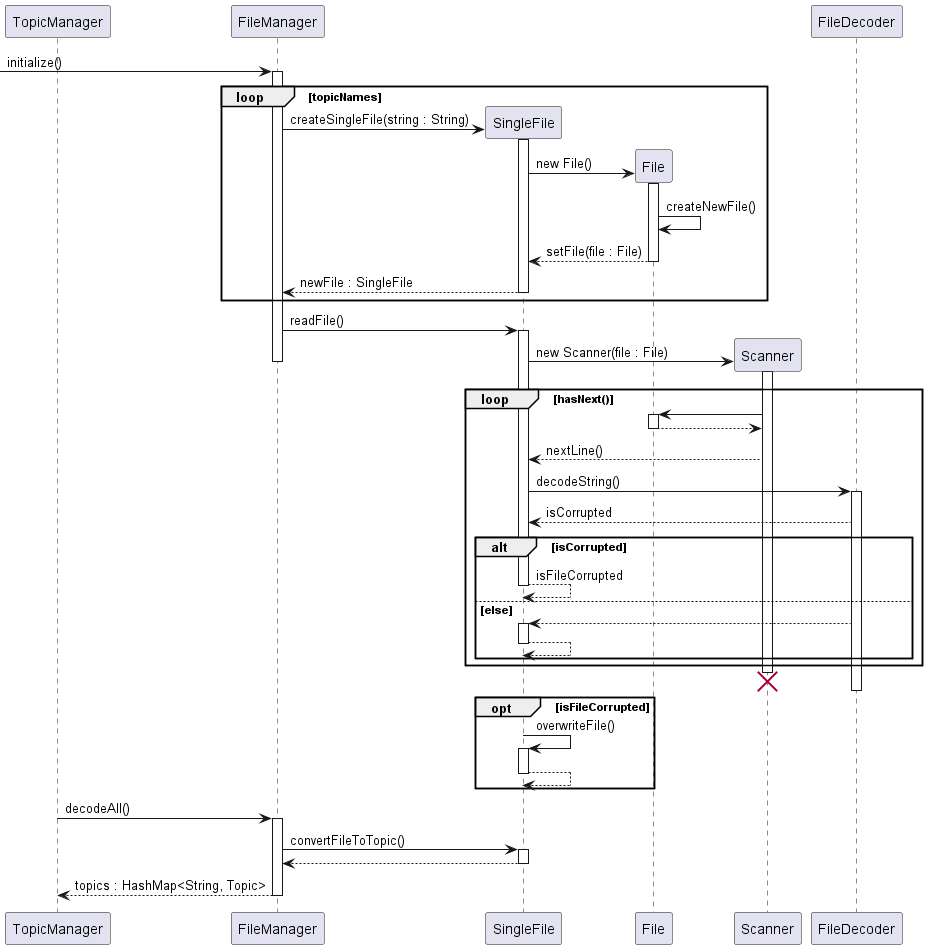
ong-ck/tp keeps this PlantUML diagram as docs/sequence-diagrams/diagrams/InitializationFileManager.png. Above is the earlier version. The source it was exported from:
```plantuml
@startuml

participant TopicManager as tm
participant FileManager as fm
participant SingleFile as sf
participant File as f
participant Scanner as s
participant FileDecoder as fd

-> fm : initialize()
activate fm
loop topicNames
    fm -> sf ** : createSingleFile(string : String)
    activate sf
    sf -> f ** : new File()
    activate f
    f -> f : createNewFile()
    f --> sf : setFile(file : File)
    deactivate f
    sf --> fm : newFile : SingleFile
    deactivate sf
end
fm -> sf : readFile()
activate sf
sf -> s ** : new Scanner(file : File)
activate s
deactivate fm
    loop hasNext()
    s -> f
    activate f
    f --> s
    deactivate f
    s --> sf : nextLine()
    sf -> fd : decodeString()
    activate fd
    fd --> sf : isCorrupted
        alt isCorrupted
        sf --> sf : isFileCorrupted
        deactivate sf
        else else
        fd --> sf
        activate sf
        sf-->sf
        deactivate sf
        end
    end
    destroy s
    deactivate sf
    deactivate fd
    opt isFileCorrupted
    sf -> sf : overwriteFile()
    activate sf
    sf --> sf
    deactivate sf
    end
tm -> fm : decodeAll()
activate fm
fm -> sf : convertFileToTopic()
activate sf
return
return topics : HashMap<String, Topic>

@enduml
```
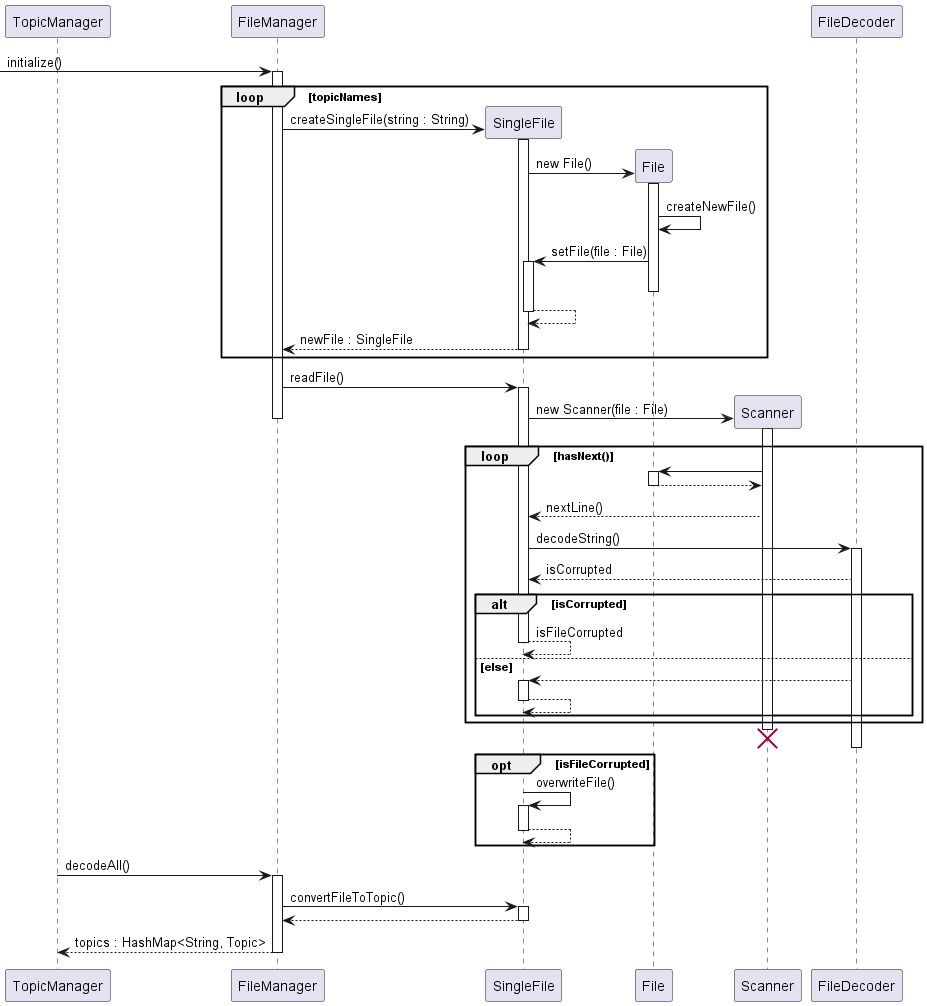
Above is the later version.

Commit message:
Fix: InitializationSequenceDiagram callback syntax error

Diff of the diagram source:
```diff
@@ -15,8 +15,11 @@
     sf -> f ** : new File()
     activate f
     f -> f : createNewFile()
-    f --> sf : setFile(file : File)
+    f -> sf : setFile(file : File)
+    activate sf
     deactivate f
+    sf --> sf
+    deactivate sf
     sf --> fm : newFile : SingleFile
     deactivate sf
 end
```
